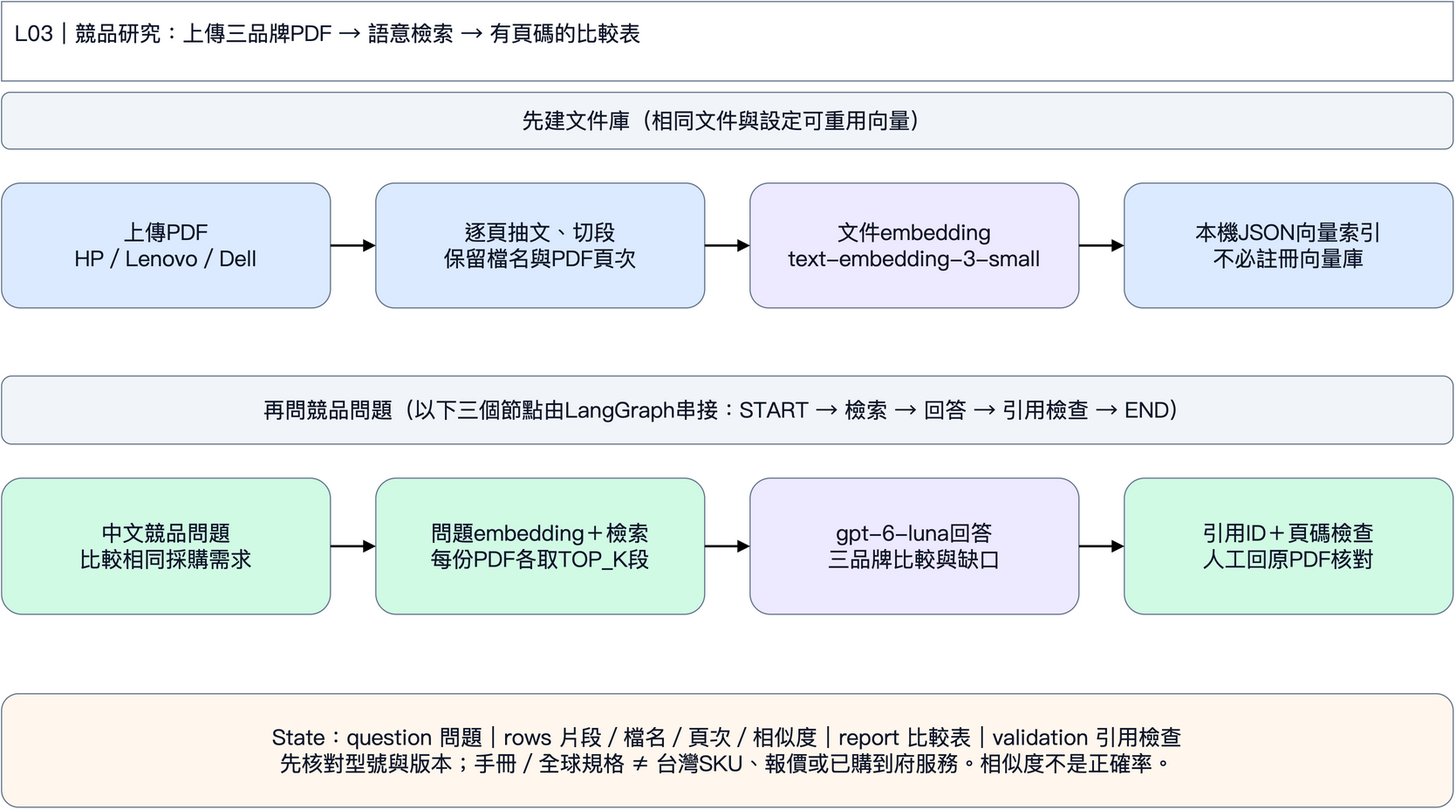
Above: workshop_20261105/day2/assets/03_rag.png in ywchiu/hp_agent (draw.io), before the change. Source tidied: cells renumbered, new cells last; positions are measured from the earlier drawing's top-left corner, leaving out a move shared by most shapes.
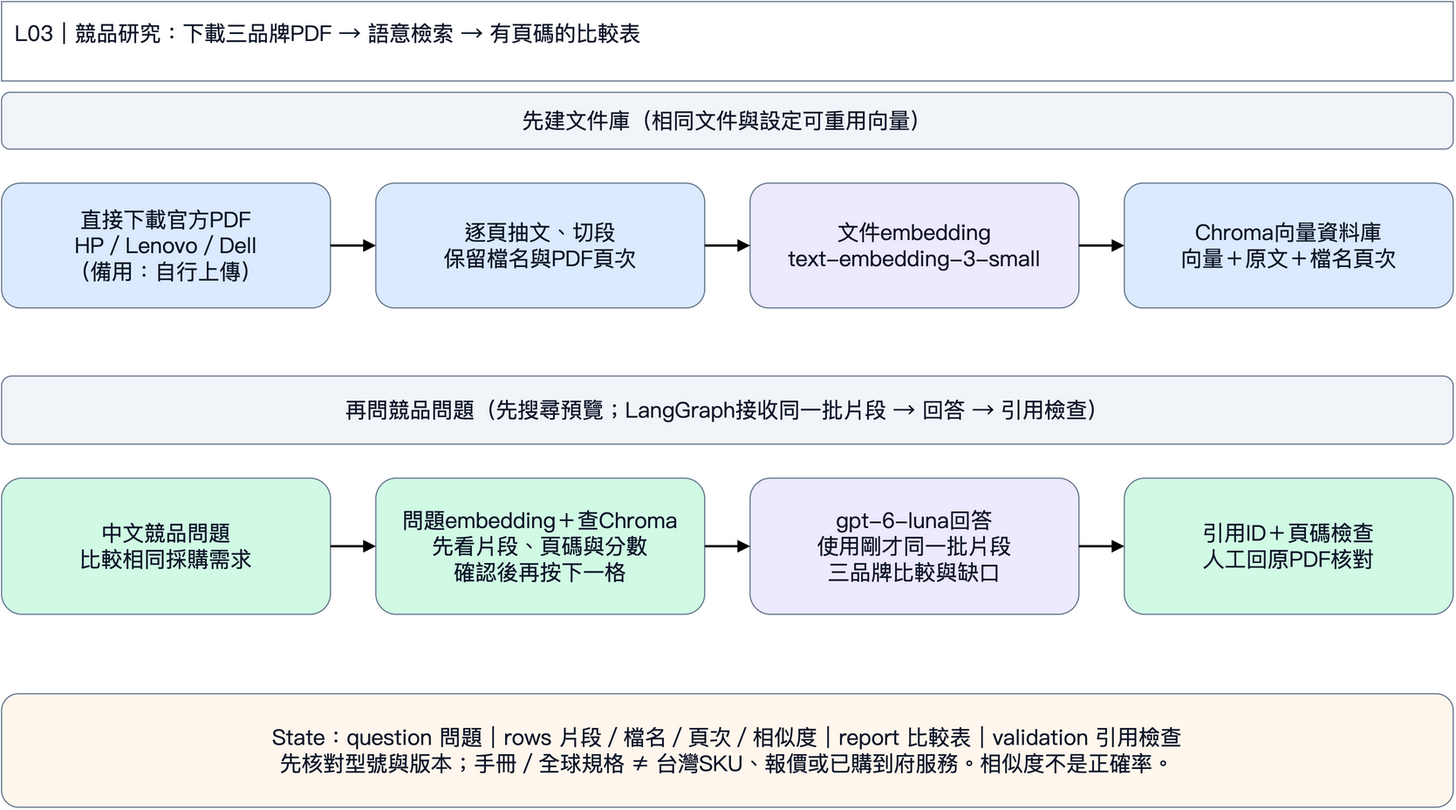
Later version of the same file.

Change to the diagram source:
```diff
@@ -2,13 +2,13 @@
   <root>
     <mxCell id="0" />
     <mxCell id="1" parent="0" />
-    <mxCell id="2" value="L03｜競品研究：上傳三品牌PDF → 語意檢索 → 有頁碼的比較表" style="text;strokeColor=none;whiteSpace=wrap;html=0;fillColor=#FFFFFF;strokeColor=#64748B;fontColor=#0F172A;fontFamily=PingFang TC;fontSize=19;spacing=12;" parent="1" vertex="1">
+    <mxCell id="2" value="L03｜競品研究：下載三品牌PDF → 語意檢索 → 有頁碼的比較表" style="text;strokeColor=none;whiteSpace=wrap;html=0;fillColor=#FFFFFF;strokeColor=#64748B;fontColor=#0F172A;fontFamily=PingFang TC;fontSize=19;spacing=12;" parent="1" vertex="1">
       <mxGeometry width="1280" height="70" as="geometry" />
     </mxCell>
     <mxCell id="3" value="先建文件庫（相同文件與設定可重用向量）" style="rounded=1;whiteSpace=wrap;html=0;fillColor=#F1F5F9;strokeColor=#64748B;fontColor=#0F172A;fontFamily=PingFang TC;fontSize=19;spacing=12;" parent="1" vertex="1">
       <mxGeometry y="80" width="1280" height="50" as="geometry" />
     </mxCell>
-    <mxCell id="4" value="上傳PDF&#10;HP／Lenovo／Dell" style="rounded=1;whiteSpace=wrap;html=0;fillColor=#DBEAFE;strokeColor=#64748B;fontColor=#0F172A;fontFamily=PingFang TC;fontSize=19;spacing=12;" parent="1" vertex="1">
+    <mxCell id="4" value="直接下載官方PDF&#10;HP／Lenovo／Dell&#10;（備用：自行上傳）" style="rounded=1;whiteSpace=wrap;html=0;fillColor=#DBEAFE;strokeColor=#64748B;fontColor=#0F172A;fontFamily=PingFang TC;fontSize=19;spacing=12;" parent="1" vertex="1">
       <mxGeometry y="160" width="290" height="110" as="geometry" />
     </mxCell>
     <mxCell id="5" value="逐頁抽文、切段&#10;保留檔名與PDF頁次" style="rounded=1;whiteSpace=wrap;html=0;fillColor=#DBEAFE;strokeColor=#64748B;fontColor=#0F172A;fontFamily=PingFang TC;fontSize=19;spacing=12;" parent="1" vertex="1">
@@ -17,7 +17,7 @@
     <mxCell id="6" value="文件embedding&#10;text-embedding-3-small" style="rounded=1;whiteSpace=wrap;html=0;fillColor=#EDE9FE;strokeColor=#64748B;fontColor=#0F172A;fontFamily=PingFang TC;fontSize=19;spacing=12;" parent="1" vertex="1">
       <mxGeometry x="660" y="160" width="290" height="110" as="geometry" />
     </mxCell>
-    <mxCell id="7" value="本機JSON向量索引&#10;不必註冊向量庫" style="rounded=1;whiteSpace=wrap;html=0;fillColor=#DBEAFE;strokeColor=#64748B;fontColor=#0F172A;fontFamily=PingFang TC;fontSize=19;spacing=12;" parent="1" vertex="1">
+    <mxCell id="7" value="Chroma向量資料庫&#10;向量＋原文＋檔名頁次" style="rounded=1;whiteSpace=wrap;html=0;fillColor=#DBEAFE;strokeColor=#64748B;fontColor=#0F172A;fontFamily=PingFang TC;fontSize=19;spacing=12;" parent="1" vertex="1">
       <mxGeometry x="990" y="160" width="290" height="110" as="geometry" />
     </mxCell>
     <mxCell id="8" style="edgeStyle=orthogonalEdgeStyle;endArrow=block;strokeWidth=2;exitX=1;exitY=0.5;entryX=0;entryY=0.5;" parent="1" edge="1" source="4" target="5">
@@ -29,16 +29,16 @@
     <mxCell id="10" style="edgeStyle=orthogonalEdgeStyle;endArrow=block;strokeWidth=2;exitX=1;exitY=0.5;entryX=0;entryY=0.5;" parent="1" edge="1" source="6" target="7">
       <mxGeometry relative="1" as="geometry" />
     </mxCell>
-    <mxCell id="11" value="再問競品問題（以下三個節點由LangGraph串接：START → 檢索 → 回答 → 引用檢查 → END）" style="rounded=1;whiteSpace=wrap;html=0;fillColor=#F1F5F9;strokeColor=#64748B;fontColor=#0F172A;fontFamily=PingFang TC;fontSize=19;spacing=12;" parent="1" vertex="1">
+    <mxCell id="11" value="再問競品問題（先搜尋預覽；LangGraph接收同一批片段 → 回答 → 引用檢查）" style="rounded=1;whiteSpace=wrap;html=0;fillColor=#F1F5F9;strokeColor=#64748B;fontColor=#0F172A;fontFamily=PingFang TC;fontSize=19;spacing=12;" parent="1" vertex="1">
       <mxGeometry y="330" width="1280" height="60" as="geometry" />
     </mxCell>
     <mxCell id="12" value="中文競品問題&#10;比較相同採購需求" style="rounded=1;whiteSpace=wrap;html=0;fillColor=#D1FAE5;strokeColor=#64748B;fontColor=#0F172A;fontFamily=PingFang TC;fontSize=19;spacing=12;" parent="1" vertex="1">
       <mxGeometry y="420" width="290" height="120" as="geometry" />
     </mxCell>
-    <mxCell id="13" value="問題embedding＋檢索&#10;每份PDF各取TOP_K段" style="rounded=1;whiteSpace=wrap;html=0;fillColor=#D1FAE5;strokeColor=#64748B;fontColor=#0F172A;fontFamily=PingFang TC;fontSize=19;spacing=12;" parent="1" vertex="1">
+    <mxCell id="13" value="問題embedding＋查Chroma&#10;先看片段、頁碼與分數&#10;確認後再按下一格" style="rounded=1;whiteSpace=wrap;html=0;fillColor=#D1FAE5;strokeColor=#64748B;fontColor=#0F172A;fontFamily=PingFang TC;fontSize=19;spacing=12;" parent="1" vertex="1">
       <mxGeometry x="330" y="420" width="290" height="120" as="geometry" />
     </mxCell>
-    <mxCell id="14" value="gpt-6-luna回答&#10;三品牌比較與缺口" style="rounded=1;whiteSpace=wrap;html=0;fillColor=#EDE9FE;strokeColor=#64748B;fontColor=#0F172A;fontFamily=PingFang TC;fontSize=19;spacing=12;" parent="1" vertex="1">
+    <mxCell id="14" value="gpt-6-luna回答&#10;使用剛才同一批片段&#10;三品牌比較與缺口" style="rounded=1;whiteSpace=wrap;html=0;fillColor=#EDE9FE;strokeColor=#64748B;fontColor=#0F172A;fontFamily=PingFang TC;fontSize=19;spacing=12;" parent="1" vertex="1">
       <mxGeometry x="660" y="420" width="290" height="120" as="geometry" />
     </mxCell>
     <mxCell id="15" value="引用ID＋頁碼檢查&#10;人工回原PDF核對" style="rounded=1;whiteSpace=wrap;html=0;fillColor=#D1FAE5;strokeColor=#64748B;fontColor=#0F172A;fontFamily=PingFang TC;fontSize=19;spacing=12;" parent="1" vertex="1">
```
